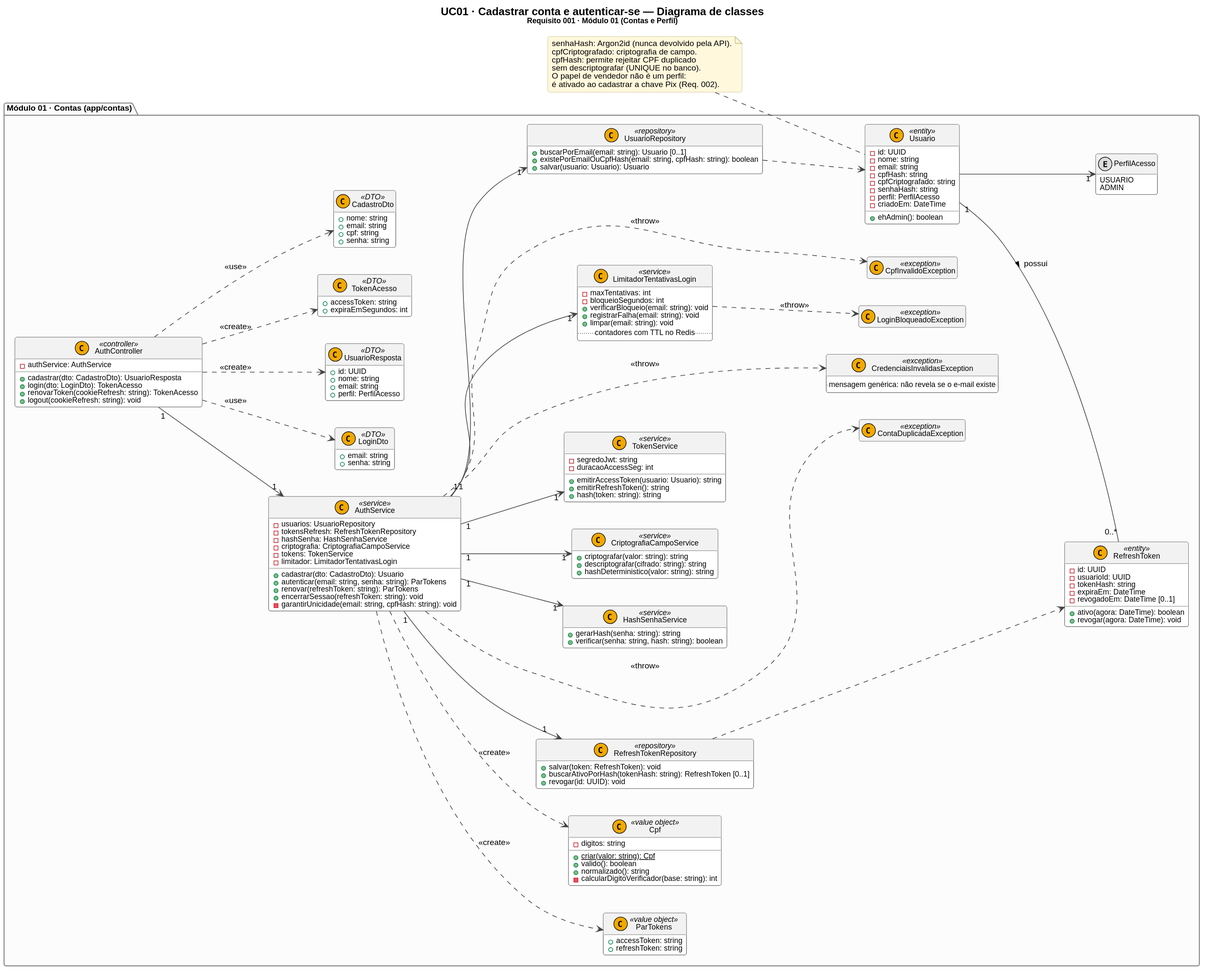
mariaclarapma/Desa-Pego keeps this PlantUML diagram as docs/uml/classes/uc01-cadastrar-conta-autenticar.svg. Above is the earlier version.
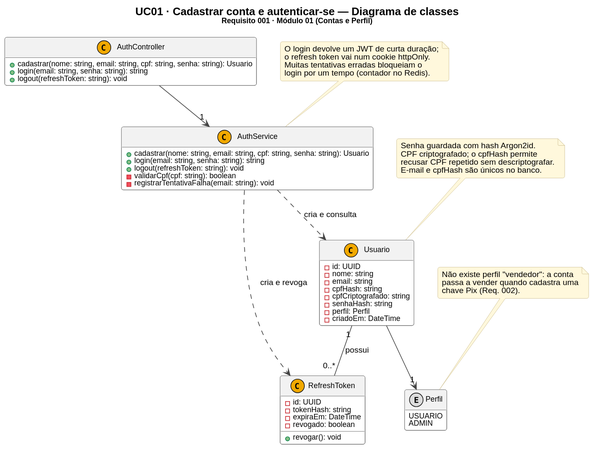
The same diagram one commit later.

Diff of the diagram source:
```diff
@@ -3,178 +3,71 @@
 set separator none
 title UC01 · Cadastrar conta e autenticar-se — Diagrama de classes\n<size:11>Requisito 001 · Módulo 01 (Contas e Perfil)</size>
 hide empty members
-left to right direction
-skinparam nodesep 40
-skinparam ranksep 50
 
-package "Módulo 01 · Contas (app/contas)" {
-
-  class AuthController <<controller>> {
-    - authService: AuthService
-    + cadastrar(dto: CadastroDto): UsuarioResposta
-    + login(dto: LoginDto): TokenAcesso
-    + renovarToken(cookieRefresh: string): TokenAcesso
-    + logout(cookieRefresh: string): void
-  }
-
-  together {
-    class CadastroDto <<DTO>> {
-      + nome: string
-      + email: string
-      + cpf: string
-      + senha: string
-    }
-    class LoginDto <<DTO>> {
-      + email: string
-      + senha: string
-    }
-    class UsuarioResposta <<DTO>> {
-      + id: UUID
-      + nome: string
-      + email: string
-      + perfil: PerfilAcesso
-    }
-    class TokenAcesso <<DTO>> {
-      + accessToken: string
-      + expiraEmSegundos: int
-    }
-  }
-
-  class AuthService <<service>> {
-    - usuarios: UsuarioRepository
-    - tokensRefresh: RefreshTokenRepository
-    - hashSenha: HashSenhaService
-    - criptografia: CriptografiaCampoService
-    - tokens: TokenService
-    - limitador: LimitadorTentativasLogin
-    + cadastrar(dto: CadastroDto): Usuario
-    + autenticar(email: string, senha: string): ParTokens
-    + renovar(refreshToken: string): ParTokens
-    + encerrarSessao(refreshToken: string): void
-    - garantirUnicidade(email: string, cpfHash: string): void
-  }
-
-  class ParTokens <<value object>> {
-    + accessToken: string
-    + refreshToken: string
-  }
-
-  class Cpf <<value object>> {
-    - digitos: string
-    + {static} criar(valor: string): Cpf
-    + valido(): boolean
-    + normalizado(): string
-    - calcularDigitoVerificador(base: string): int
-  }
-
-  class Usuario <<entity>> {
-    - id: UUID
-    - nome: string
-    - email: string
-    - cpfHash: string
-    - cpfCriptografado: string
-    - senhaHash: string
-    - perfil: PerfilAcesso
-    - criadoEm: DateTime
-    + ehAdmin(): boolean
-  }
-
-  enum PerfilAcesso {
-    USUARIO
-    ADMIN
-  }
-
-  class RefreshToken <<entity>> {
-    - id: UUID
-    - usuarioId: UUID
-    - tokenHash: string
-    - expiraEm: DateTime
-    - revogadoEm: DateTime [0..1]
-    + ativo(agora: DateTime): boolean
-    + revogar(agora: DateTime): void
-  }
-
-  class UsuarioRepository <<repository>> {
-    + buscarPorEmail(email: string): Usuario [0..1]
-    + existePorEmailOuCpfHash(email: string, cpfHash: string): boolean
-    + salvar(usuario: Usuario): Usuario
-  }
-
-  class RefreshTokenRepository <<repository>> {
-    + salvar(token: RefreshToken): void
-    + buscarAtivoPorHash(tokenHash: string): RefreshToken [0..1]
-    + revogar(id: UUID): void
-  }
-
-  class HashSenhaService <<service>> {
-    + gerarHash(senha: string): string
-    + verificar(senha: string, hash: string): boolean
-  }
-
-  class CriptografiaCampoService <<service>> {
-    + criptografar(valor: string): string
-    + descriptografar(cifrado: string): string
-    + hashDeterministico(valor: string): string
-  }
-
-  class TokenService <<service>> {
-    - segredoJwt: string
-    - duracaoAccessSeg: int
-    + emitirAccessToken(usuario: Usuario): string
-    + emitirRefreshToken(): string
-    + hash(token: string): string
-  }
-
-  class LimitadorTentativasLogin <<service>> {
-    - maxTentativas: int
-    - bloqueioSegundos: int
-    + verificarBloqueio(email: string): void
-    + registrarFalha(email: string): void
-    + limpar(email: string): void
-    .. contadores com TTL no Redis ..
-  }
-
-  together {
-    class CpfInvalidoException <<exception>>
-    class ContaDuplicadaException <<exception>>
-    class CredenciaisInvalidasException <<exception>> {
-      .. mensagem genérica: não revela se o e-mail existe ..
-    }
-    class LoginBloqueadoException <<exception>>
-  }
+class AuthController {
+  + cadastrar(nome: string, email: string, cpf: string, senha: string): Usuario
+  + login(email: string, senha: string): string
+  + logout(refreshToken: string): void
 }
 
-AuthController "1" --> "1" AuthService
-AuthController ..> CadastroDto : <<use>>
-AuthController ..> LoginDto : <<use>>
-AuthController ..> UsuarioResposta : <<create>>
-AuthController ..> TokenAcesso : <<create>>
+class AuthService {
+  + cadastrar(nome: string, email: string, cpf: string, senha: string): Usuario
+  + login(email: string, senha: string): string
+  + logout(refreshToken: string): void
+  - validarCpf(cpf: string): boolean
+  - registrarTentativaFalha(email: string): void
+}
 
-AuthService "1" --> "1" UsuarioRepository
-AuthService "1" --> "1" RefreshTokenRepository
-AuthService "1" --> "1" HashSenhaService
-AuthService "1" --> "1" CriptografiaCampoService
-AuthService "1" --> "1" TokenService
-AuthService "1" --> "1" LimitadorTentativasLogin
-AuthService ..> Cpf : <<create>>
-AuthService ..> ParTokens : <<create>>
-AuthService ..> CpfInvalidoException : <<throw>>
-AuthService ..> ContaDuplicadaException : <<throw>>
-AuthService ..> CredenciaisInvalidasException : <<throw>>
-LimitadorTentativasLogin ..> LoginBloqueadoException : <<throw>>
+class Usuario {
+  - id: UUID
+  - nome: string
+  - email: string
+  - cpfHash: string
+  - cpfCriptografado: string
+  - senhaHash: string
+  - perfil: Perfil
+  - criadoEm: DateTime
+}
 
-UsuarioRepository ..> Usuario
-RefreshTokenRepository ..> RefreshToken
-Usuario "1" -- "0..*" RefreshToken : possui >
-Usuario --> "1" PerfilAcesso
+enum Perfil {
+  USUARIO
+  ADMIN
+}
+
+class RefreshToken {
+  - id: UUID
+  - tokenHash: string
+  - expiraEm: DateTime
+  - revogado: boolean
+  + revogar(): void
+}
+
+AuthController --> "1" AuthService
+AuthService ..> Usuario : cria e consulta
+AuthService ..> RefreshToken : cria e revoga
+Usuario "1" -- "0..*" RefreshToken : possui
+Usuario --> "1" Perfil
 
 note as N1
-  senhaHash: Argon2id (nunca devolvido pela API).
-  cpfCriptografado: criptografia de campo.
-  cpfHash: permite rejeitar CPF duplicado
-  sem descriptografar (UNIQUE no banco).
-  O papel de vendedor não é um perfil:
-  é ativado ao cadastrar a chave Pix (Req. 002).
+  Senha guardada com hash Argon2id.
+  CPF criptografado; o cpfHash permite
+  recusar CPF repetido sem descriptografar.
+  E-mail e cpfHash são únicos no banco.
 end note
 N1 .. Usuario
+
+note as N2
+  O login devolve um JWT de curta duração;
+  o refresh token vai num cookie httpOnly.
+  Muitas tentativas erradas bloqueiam o
+  login por um tempo (contador no Redis).
+end note
+N2 .. AuthService
+
+note as N3
+  Não existe perfil "vendedor": a conta
+  passa a vender quando cadastra uma
+  chave Pix (Req. 002).
+end note
+N3 .. Perfil
 @enduml
```
